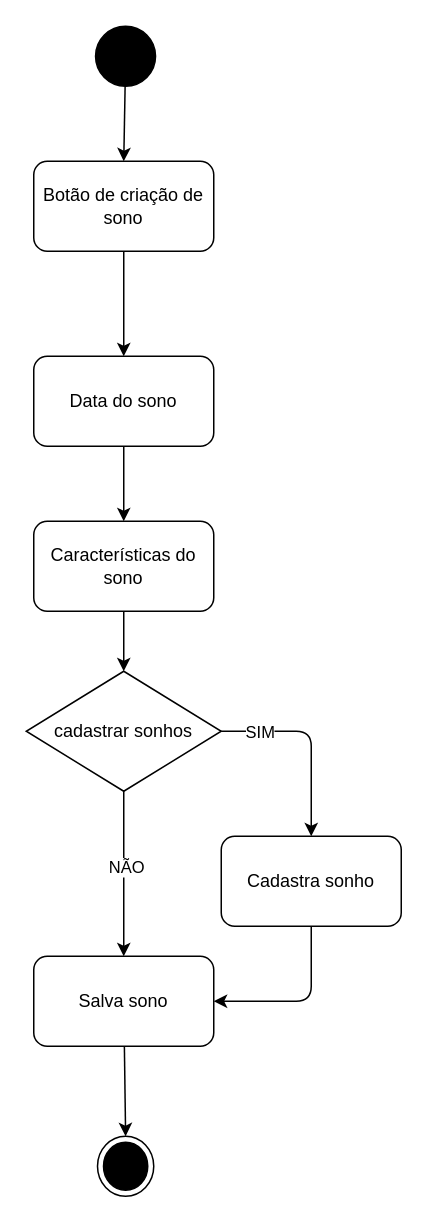
Earlier version of the draw.io diagram docs/diagramas_atividade/cadastro_de_sono.drawio (raisson-souza/morfeus-backend). Source tidied: cells renumbered, new cells numbered last; positions are measured from the earlier drawing's top-left corner, leaving out a move shared by most shapes. Both pictures are drawn from the tidied source at 150%, with x=0, y=0 at pixel (26, 26).
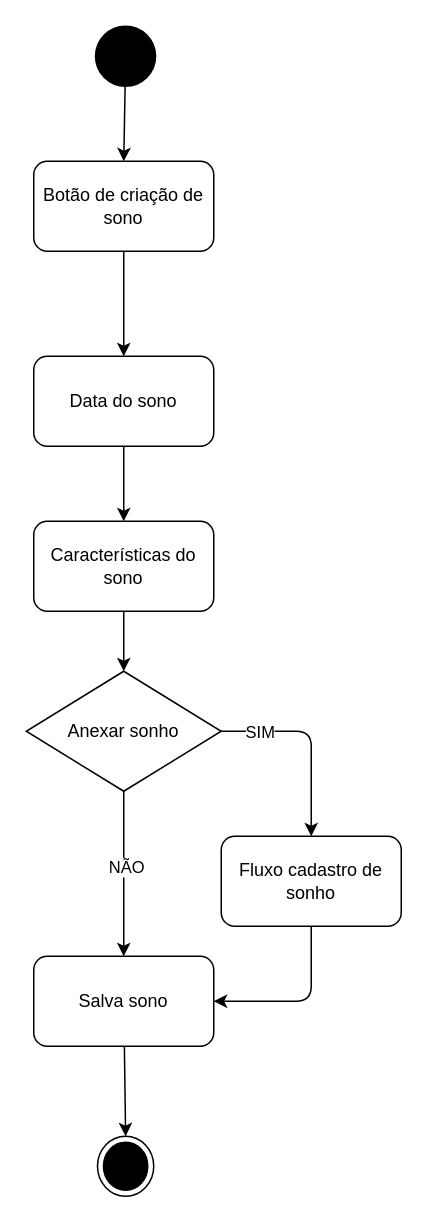
After the change.

Commit message (it also covers changes not shown here):
- Ajustes nos diagramas de atividade de: Cadastro de sonho; Cadastro de sono;

The edit, as a diff of the source:
```diff
@@
-    <mxCell id="13" value="cadastrar sonhos" style="rhombus;whiteSpace=wrap;html=1;" parent="1" vertex="1">
+    <mxCell id="13" value="Anexar sonho" style="rhombus;whiteSpace=wrap;html=1;" parent="1" vertex="1">
       <mxGeometry y="430" width="130" height="80" as="geometry" />
     </mxCell>
@@
-    <mxCell id="17" value="Cadastra sonho" style="rounded=1;whiteSpace=wrap;html=1;" parent="1" vertex="1">
+    <mxCell id="17" value="Fluxo cadastro de sonho" style="rounded=1;whiteSpace=wrap;html=1;" parent="1" vertex="1">
       <mxGeometry x="130" y="540" width="120" height="60" as="geometry" />
     </mxCell>
```
